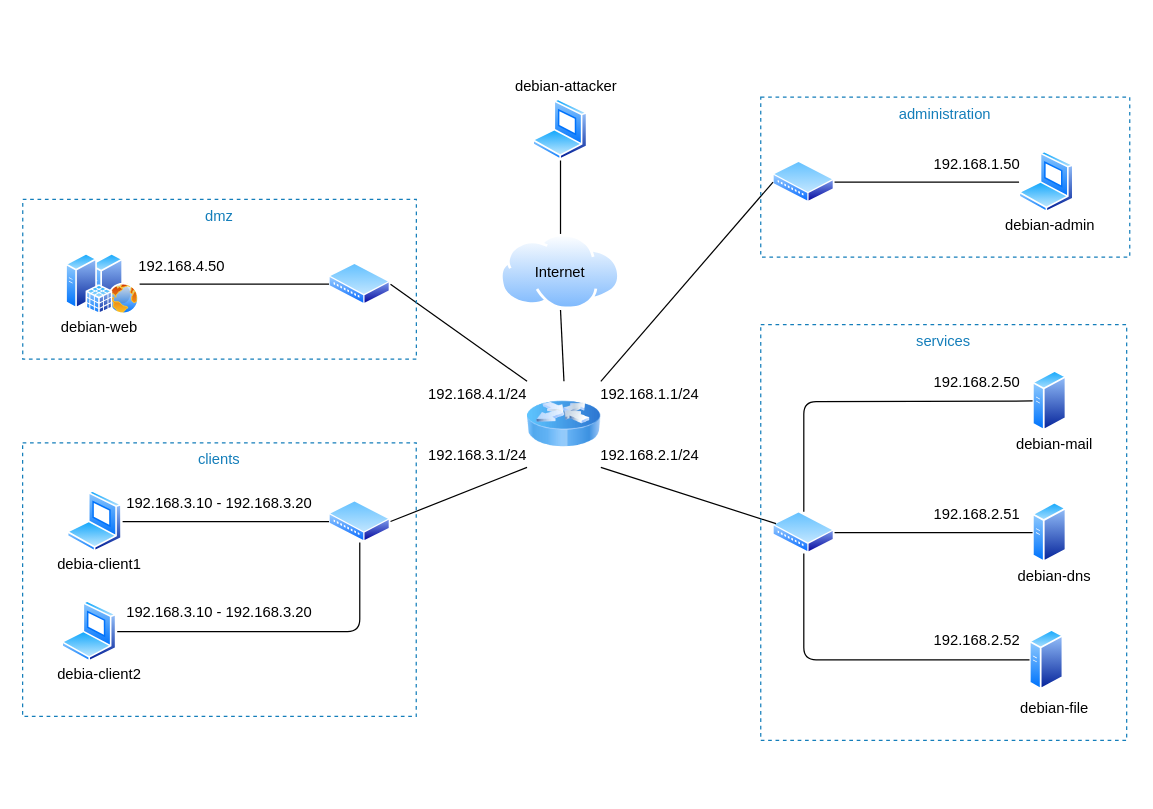
Earlier version of the draw.io diagram audit/si.drawio (Sevla8/IT-crisis). Source tidied: cells renumbered, new cells numbered last; positions are measured from the earlier drawing's top-left corner, leaving out a move shared by most shapes. Both pictures are drawn from the tidied source at 123%, with x=0, y=0 at pixel (22, 74).
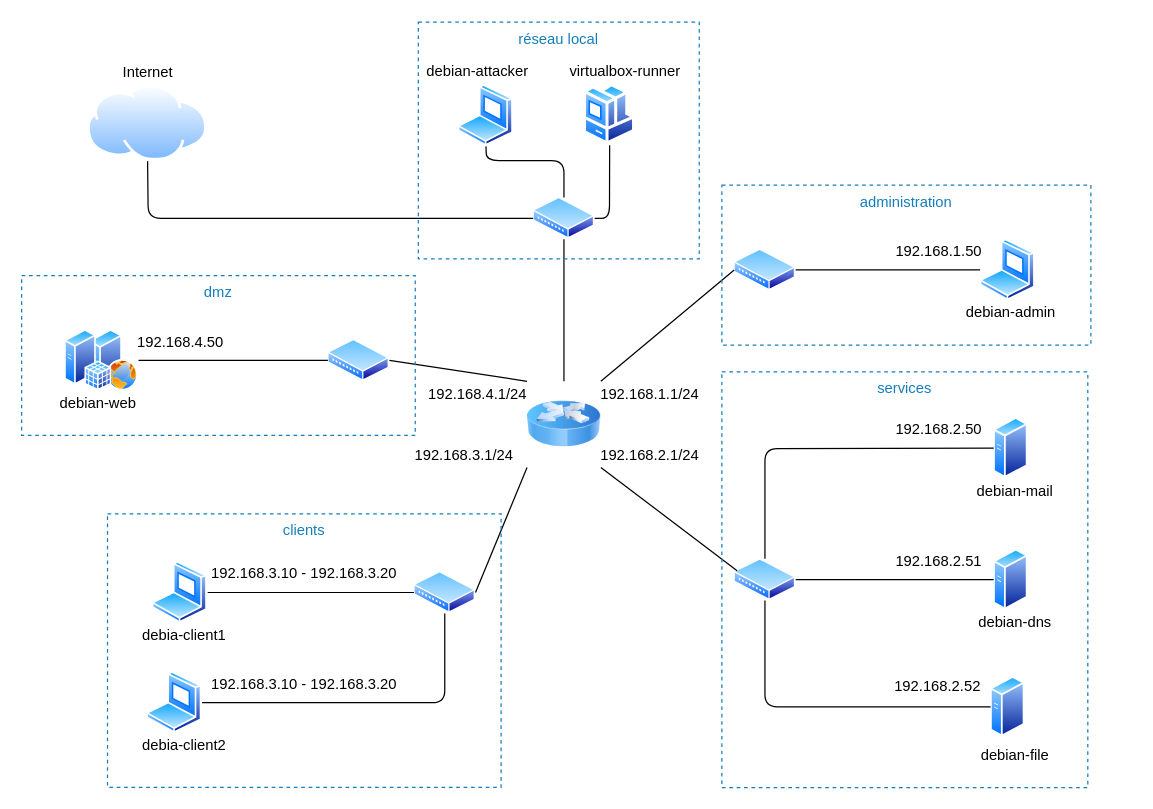
Above is the later version.

Unchanged cells that the change refers to:
```xml
<mxCell id="5" style="image;html=1;image=img/lib/clip_art/networking/Router_Icon_128x128.png;" parent="1" vertex="1">
  <mxGeometry x="410" y="249.5" width="60" height="70" as="geometry" />
</mxCell>
```

The edit, as a diff of the source:
```diff
@@
     <mxCell id="2" style="perimeter=ellipsePerimeter;html=1;align=center;shadow=0;dashed=0;spacingTop=3;image;image=img/lib/active_directory/laptop_client.svg;" parent="1" vertex="1">
-      <mxGeometry x="810" y="62.5" width="45" height="50" as="geometry" />
+      <mxGeometry x="778.4" y="134" width="45" height="50" as="geometry" />
     </mxCell>
     <mxCell id="3" style="perimeter=ellipsePerimeter;html=1;align=center;shadow=0;dashed=0;spacingTop=3;image;image=img/lib/active_directory/web_server.svg;" parent="1" vertex="1">
-      <mxGeometry x="55" y="145.5" width="40" height="50" as="geometry" />
+      <mxGeometry x="54.1" y="207.5" width="40" height="50" as="geometry" />
     </mxCell>
     <mxCell id="4" style="perimeter=ellipsePerimeter;html=1;align=center;shadow=0;dashed=0;spacingTop=3;image;image=img/lib/active_directory/generic_server.svg;" parent="1" vertex="1">
-      <mxGeometry x="821" y="347.5" width="28" height="50" as="geometry" />
+      <mxGeometry x="789.4" y="385.8" width="28" height="50" as="geometry" />
     </mxCell>
@@
     <mxCell id="6" style="perimeter=ellipsePerimeter;html=1;align=center;shadow=0;dashed=0;spacingTop=3;image;image=img/lib/active_directory/wiring_hub.svg;" parent="1" vertex="1">
-      <mxGeometry x="610" y="70.5" width="50" height="34" as="geometry" />
+      <mxGeometry x="578.4" y="142" width="50" height="34" as="geometry" />
     </mxCell>
     <mxCell id="7" style="perimeter=ellipsePerimeter;html=1;align=center;shadow=0;dashed=0;spacingTop=3;image;image=img/lib/active_directory/wiring_hub.svg;" parent="1" vertex="1">
-      <mxGeometry x="249" y="153.5" width="50" height="34" as="geometry" />
+      <mxGeometry x="248.1" y="215.5" width="50" height="34" as="geometry" />
     </mxCell>
@@
-    <mxCell id="9" style="endArrow=none;html=1;exitX=0.5;exitY=1;exitDx=0;exitDy=0;entryX=0.5;entryY=0;entryDx=0;entryDy=0;" parent="1" edge="1" source="41" target="5">
-      <mxGeometry relative="1" as="geometry" />
-    </mxCell>
@@
     <mxCell id="11" style="perimeter=ellipsePerimeter;html=1;align=center;shadow=0;dashed=0;spacingTop=3;image;image=img/lib/active_directory/sql_server.svg;" parent="1" vertex="1">
-      <mxGeometry x="35" y="145.5" width="38.5" height="50" as="geometry" />
+      <mxGeometry x="34.1" y="207.5" width="38.5" height="50" as="geometry" />
     </mxCell>
@@
     <mxCell id="14" value="debian-admin" style="text;html=1;strokeColor=none;fillColor=none;align=center;verticalAlign=middle;whiteSpace=wrap;rounded=0;" parent="1" vertex="1">
-      <mxGeometry x="797.5" y="112.5" width="75" height="20" as="geometry" />
+      <mxGeometry x="765.9" y="184" width="75" height="20" as="geometry" />
     </mxCell>
     <mxCell id="15" style="perimeter=ellipsePerimeter;html=1;align=center;shadow=0;dashed=0;spacingTop=3;image;image=img/lib/active_directory/wiring_hub.svg;" parent="1" vertex="1">
-      <mxGeometry x="610" y="355.5" width="50" height="34" as="geometry" />
+      <mxGeometry x="578.4" y="393.8" width="50" height="34" as="geometry" />
     </mxCell>
     <mxCell id="16" style="perimeter=ellipsePerimeter;html=1;align=center;shadow=0;dashed=0;spacingTop=3;image;image=img/lib/active_directory/wiring_hub.svg;" parent="1" vertex="1">
-      <mxGeometry x="249" y="346.5" width="50" height="34" as="geometry" />
+      <mxGeometry x="318.1" y="404.2" width="50" height="34" as="geometry" />
     </mxCell>
@@
     <mxCell id="18" value="administration" style="fillColor=none;strokeColor=#147EBA;dashed=1;verticalAlign=top;fontStyle=0;fontColor=#147EBA;" parent="1" vertex="1">
-      <mxGeometry x="600" y="18.5" width="300" height="130" as="geometry" />
+      <mxGeometry x="568.4" y="90" width="300" height="130" as="geometry" />
     </mxCell>
@@
     <mxCell id="22" value="192.168.3.1/24" style="text;html=1;strokeColor=none;fillColor=none;align=center;verticalAlign=middle;whiteSpace=wrap;rounded=0;" parent="1" vertex="1">
-      <mxGeometry x="330" y="299.5" width="80" height="20" as="geometry" />
+      <mxGeometry x="319.1" y="299.5" width="80" height="20" as="geometry" />
     </mxCell>
     <mxCell id="23" value="debian-mail" style="text;html=1;strokeColor=none;fillColor=none;align=center;verticalAlign=middle;whiteSpace=wrap;rounded=0;" parent="1" vertex="1">
-      <mxGeometry x="800" y="290.5" width="77.5" height="20" as="geometry" />
+      <mxGeometry x="768.4" y="328.8" width="77.5" height="20" as="geometry" />
     </mxCell>
     <mxCell id="24" value="debian-dns" style="text;html=1;strokeColor=none;fillColor=none;align=center;verticalAlign=middle;whiteSpace=wrap;rounded=0;" parent="1" vertex="1">
-      <mxGeometry x="800" y="397.5" width="77.5" height="20" as="geometry" />
+      <mxGeometry x="768.4" y="435.8" width="77.5" height="20" as="geometry" />
     </mxCell>
     <mxCell id="25" value="192.168.1.50" style="text;html=1;strokeColor=none;fillColor=none;align=center;verticalAlign=middle;whiteSpace=wrap;rounded=0;" parent="1" vertex="1">
-      <mxGeometry x="736.2" y="62.5" width="80" height="20" as="geometry" />
+      <mxGeometry x="704.7" y="134" width="80" height="20" as="geometry" />
     </mxCell>
     <mxCell id="26" value="192.168.2.50" style="text;html=1;strokeColor=none;fillColor=none;align=center;verticalAlign=middle;whiteSpace=wrap;rounded=0;" parent="1" vertex="1">
-      <mxGeometry x="736.2" y="240.5" width="80" height="20" as="geometry" />
+      <mxGeometry x="704.7" y="278.8" width="80" height="20" as="geometry" />
     </mxCell>
     <mxCell id="27" value="192.168.2.51" style="text;html=1;strokeColor=none;fillColor=none;align=center;verticalAlign=middle;whiteSpace=wrap;rounded=0;" parent="1" vertex="1">
-      <mxGeometry x="736.2" y="347.5" width="80" height="20" as="geometry" />
+      <mxGeometry x="704.7" y="385.8" width="80" height="20" as="geometry" />
     </mxCell>
     <mxCell id="28" value="dmz" style="fillColor=none;strokeColor=#147EBA;dashed=1;verticalAlign=top;fontStyle=0;fontColor=#147EBA;" parent="1" vertex="1">
-      <mxGeometry y="101.5" width="320" height="130" as="geometry" />
+      <mxGeometry x="-0.9" y="163.5" width="320" height="130" as="geometry" />
     </mxCell>
     <mxCell id="29" value="debian-web" style="text;html=1;strokeColor=none;fillColor=none;align=center;verticalAlign=middle;whiteSpace=wrap;rounded=0;" parent="1" vertex="1">
-      <mxGeometry x="30" y="195.5" width="65" height="20" as="geometry" />
+      <mxGeometry x="29.1" y="257.5" width="65" height="20" as="geometry" />
     </mxCell>
     <mxCell id="30" value="192.168.4.50" style="text;html=1;strokeColor=none;fillColor=none;align=center;verticalAlign=middle;whiteSpace=wrap;rounded=0;" parent="1" vertex="1">
-      <mxGeometry x="87.5" y="145.5" width="82.5" height="20" as="geometry" />
+      <mxGeometry x="86.6" y="207.5" width="82.5" height="20" as="geometry" />
     </mxCell>
     <mxCell id="31" style="perimeter=ellipsePerimeter;html=1;align=center;shadow=0;dashed=0;spacingTop=3;image;image=img/lib/active_directory/laptop_client.svg;" parent="1" vertex="1">
-      <mxGeometry x="36.2" y="338.5" width="45" height="50" as="geometry" />
+      <mxGeometry x="105.3" y="396.2" width="45" height="50" as="geometry" />
     </mxCell>
     <mxCell id="32" style="perimeter=ellipsePerimeter;html=1;align=center;shadow=0;dashed=0;spacingTop=3;image;image=img/lib/active_directory/generic_server.svg;" parent="1" vertex="1">
-      <mxGeometry x="821" y="240.5" width="28" height="50" as="geometry" />
+      <mxGeometry x="789.4" y="278.8" width="28" height="50" as="geometry" />
     </mxCell>
     <mxCell id="33" value="debia-client1" style="text;html=1;strokeColor=none;fillColor=none;align=center;verticalAlign=middle;whiteSpace=wrap;rounded=0;" parent="1" vertex="1">
-      <mxGeometry x="21.2" y="388.5" width="82.5" height="20" as="geometry" />
+      <mxGeometry x="90.3" y="446.2" width="82.5" height="20" as="geometry" />
     </mxCell>
     <mxCell id="34" style="perimeter=ellipsePerimeter;html=1;align=center;shadow=0;dashed=0;spacingTop=3;image;image=img/lib/active_directory/laptop_client.svg;" parent="1" vertex="1">
-      <mxGeometry x="414.7" y="20" width="45" height="50" as="geometry" />
+      <mxGeometry x="354.1" y="8.5" width="45" height="50" as="geometry" />
     </mxCell>
     <mxCell id="35" value="debian-attacker" style="text;html=1;strokeColor=none;fillColor=none;align=center;verticalAlign=middle;whiteSpace=wrap;rounded=0;" parent="1" vertex="1">
-      <mxGeometry x="391.6" width="100" height="20" as="geometry" />
+      <mxGeometry x="320" y="-12.5" width="100" height="20" as="geometry" />
     </mxCell>
     <mxCell id="36" value="192.168.3.10 - 192.168.3.20" style="text;html=1;strokeColor=none;fillColor=none;align=center;verticalAlign=middle;whiteSpace=wrap;rounded=0;" parent="1" vertex="1">
-      <mxGeometry x="70" y="338.5" width="180" height="20" as="geometry" />
+      <mxGeometry x="139.1" y="396.2" width="180" height="20" as="geometry" />
     </mxCell>
@@
     <mxCell id="39" value="clients" style="fillColor=none;strokeColor=#147EBA;dashed=1;verticalAlign=top;fontStyle=0;fontColor=#147EBA;" parent="1" vertex="1">
-      <mxGeometry x="-0.1" y="299.5" width="320" height="222.5" as="geometry" />
+      <mxGeometry x="68.9" y="357.2" width="320" height="222.5" as="geometry" />
     </mxCell>
-    <mxCell id="40" style="endArrow=none;html=1;exitX=0.5;exitY=1;exitDx=0;exitDy=0;entryX=0.5;entryY=0;entryDx=0;entryDy=0;" parent="1" edge="1" source="34" target="41">
-      <mxGeometry relative="1" as="geometry" />
-    </mxCell>
     <mxCell id="41" style="perimeter=ellipsePerimeter;html=1;align=center;shadow=0;dashed=0;spacingTop=3;image;image=img/lib/active_directory/internet_cloud.svg;" parent="1" vertex="1">
-      <mxGeometry x="388.4" y="130" width="97.6" height="61.5" as="geometry" />
+      <mxGeometry x="52.7" y="9" width="97.6" height="61.5" as="geometry" />
     </mxCell>
     <mxCell id="42" value="Internet" style="text;html=1;strokeColor=none;fillColor=none;align=center;verticalAlign=middle;whiteSpace=wrap;rounded=0;" parent="1" vertex="1">
-      <mxGeometry x="417.2" y="150.8" width="40" height="20" as="geometry" />
+      <mxGeometry x="81.5" y="-11.5" width="40" height="20" as="geometry" />
     </mxCell>
     <mxCell id="43" style="perimeter=ellipsePerimeter;html=1;align=center;shadow=0;dashed=0;spacingTop=3;image;image=img/lib/active_directory/generic_server.svg;" parent="1" vertex="1">
-      <mxGeometry x="818.5" y="451" width="28" height="50" as="geometry" />
+      <mxGeometry x="786.9" y="489.2" width="28" height="50" as="geometry" />
     </mxCell>
     <mxCell id="44" value="debian-file" style="text;html=1;strokeColor=none;fillColor=none;align=center;verticalAlign=middle;whiteSpace=wrap;rounded=0;" parent="1" vertex="1">
-      <mxGeometry x="798.8" y="506" width="80" height="20" as="geometry" />
+      <mxGeometry x="767.2" y="544.2" width="80" height="20" as="geometry" />
     </mxCell>
     <mxCell id="45" value="192.168.2.52" style="text;html=1;strokeColor=none;fillColor=none;align=center;verticalAlign=middle;whiteSpace=wrap;rounded=0;" parent="1" vertex="1">
-      <mxGeometry x="736" y="449.5" width="80" height="20" as="geometry" />
+      <mxGeometry x="704.4" y="487.8" width="80" height="20" as="geometry" />
     </mxCell>
     <mxCell id="46" style="endArrow=none;html=1;exitX=0.5;exitY=0;exitDx=0;exitDy=0;entryX=0;entryY=0.5;entryDx=0;entryDy=0;" parent="1" edge="1" source="15" target="32">
       <mxGeometry relative="1" as="geometry">
         <Array as="points">
-          <mxPoint x="635" y="266" />
+          <mxPoint x="603.4" y="304.2" />
         </Array>
       </mxGeometry>
     </mxCell>
     <mxCell id="47" style="endArrow=none;html=1;exitX=0.5;exitY=1;exitDx=0;exitDy=0;entryX=0;entryY=0.5;entryDx=0;entryDy=0;" parent="1" edge="1" source="15" target="43">
       <mxGeometry relative="1" as="geometry">
         <Array as="points">
-          <mxPoint x="635" y="476" />
+          <mxPoint x="603.4" y="514.2" />
         </Array>
       </mxGeometry>
     </mxCell>
     <mxCell id="48" value="services" style="fillColor=none;strokeColor=#147EBA;dashed=1;verticalAlign=top;fontStyle=0;fontColor=#147EBA;" parent="1" vertex="1">
-      <mxGeometry x="600" y="203.5" width="297.5" height="338" as="geometry" />
+      <mxGeometry x="568.4" y="241.8" width="297.5" height="338" as="geometry" />
     </mxCell>
@@
     <mxCell id="50" style="perimeter=ellipsePerimeter;html=1;align=center;shadow=0;dashed=0;spacingTop=3;image;image=img/lib/active_directory/laptop_client.svg;" parent="1" vertex="1">
-      <mxGeometry x="31.8" y="428" width="45" height="50" as="geometry" />
+      <mxGeometry x="100.8" y="485.8" width="45" height="50" as="geometry" />
     </mxCell>
     <mxCell id="51" value="debia-client2" style="text;html=1;strokeColor=none;fillColor=none;align=center;verticalAlign=middle;whiteSpace=wrap;rounded=0;" parent="1" vertex="1">
-      <mxGeometry x="21.1" y="478" width="82.5" height="20" as="geometry" />
+      <mxGeometry x="90.2" y="535.8" width="82.5" height="20" as="geometry" />
     </mxCell>
     <mxCell id="52" value="192.168.3.10 - 192.168.3.20" style="text;html=1;strokeColor=none;fillColor=none;align=center;verticalAlign=middle;whiteSpace=wrap;rounded=0;" parent="1" vertex="1">
-      <mxGeometry x="69.9" y="428" width="180" height="20" as="geometry" />
+      <mxGeometry x="138.9" y="485.8" width="180" height="20" as="geometry" />
     </mxCell>
     <mxCell id="53" style="endArrow=none;html=1;entryX=1;entryY=0.5;entryDx=0;entryDy=0;exitX=0.5;exitY=1;exitDx=0;exitDy=0;" parent="1" edge="1" source="16" target="50">
       <mxGeometry relative="1" as="geometry">
         <Array as="points">
-          <mxPoint x="274" y="453" />
+          <mxPoint x="343.1" y="510.8" />
         </Array>
       </mxGeometry>
     </mxCell>
+    <mxCell id="54" style="perimeter=ellipsePerimeter;html=1;align=center;shadow=0;dashed=0;spacingTop=3;image;image=img/lib/active_directory/wiring_hub.svg;" parent="1" vertex="1">
+      <mxGeometry x="415" y="100" width="50" height="34" as="geometry" />
+    </mxCell>
+    <mxCell id="55" style="endArrow=none;html=1;exitX=0.5;exitY=1;exitDx=0;exitDy=0;entryX=0.5;entryY=0;entryDx=0;entryDy=0;" parent="1" edge="1" source="54" target="5">
+      <mxGeometry relative="1" as="geometry" />
+    </mxCell>
+    <mxCell id="56" style="endArrow=none;html=1;entryX=0.5;entryY=0;entryDx=0;entryDy=0;exitX=0.5;exitY=1;exitDx=0;exitDy=0;" parent="1" edge="1" source="34" target="54">
+      <mxGeometry relative="1" as="geometry">
+        <Array as="points">
+          <mxPoint x="377" y="70" />
+          <mxPoint x="440" y="70" />
+        </Array>
+      </mxGeometry>
+    </mxCell>
+    <mxCell id="57" style="perimeter=ellipsePerimeter;html=1;align=center;shadow=0;dashed=0;spacingTop=3;image;image=img/lib/active_directory/workstation_client.svg;" parent="1" vertex="1">
+      <mxGeometry x="455.9" y="7.5" width="42.5" height="50" as="geometry" />
+    </mxCell>
+    <mxCell id="58" style="endArrow=none;html=1;entryX=1;entryY=0.5;entryDx=0;entryDy=0;exitX=0.5;exitY=1;exitDx=0;exitDy=0;" parent="1" edge="1" source="57" target="54">
+      <mxGeometry relative="1" as="geometry">
+        <Array as="points">
+          <mxPoint x="477" y="117" />
+        </Array>
+      </mxGeometry>
+    </mxCell>
+    <mxCell id="59" value="virtualbox-runner" style="text;html=1;strokeColor=none;fillColor=none;align=center;verticalAlign=middle;whiteSpace=wrap;rounded=0;" parent="1" vertex="1">
+      <mxGeometry x="440" y="-12.5" width="100" height="20" as="geometry" />
+    </mxCell>
+    <mxCell id="60" style="endArrow=none;html=1;entryX=0;entryY=0.5;entryDx=0;entryDy=0;exitX=0.5;exitY=1;exitDx=0;exitDy=0;" parent="1" edge="1" source="41" target="54">
+      <mxGeometry relative="1" as="geometry">
+        <Array as="points">
+          <mxPoint x="102" y="117" />
+          <mxPoint x="290" y="117" />
+        </Array>
+      </mxGeometry>
+    </mxCell>
+    <mxCell id="61" value="réseau local" style="fillColor=none;strokeColor=#147EBA;dashed=1;verticalAlign=top;fontStyle=0;fontColor=#147EBA;" parent="1" vertex="1">
+      <mxGeometry x="321.6" y="-42.5" width="228.4" height="192.5" as="geometry" />
+    </mxCell>
```
